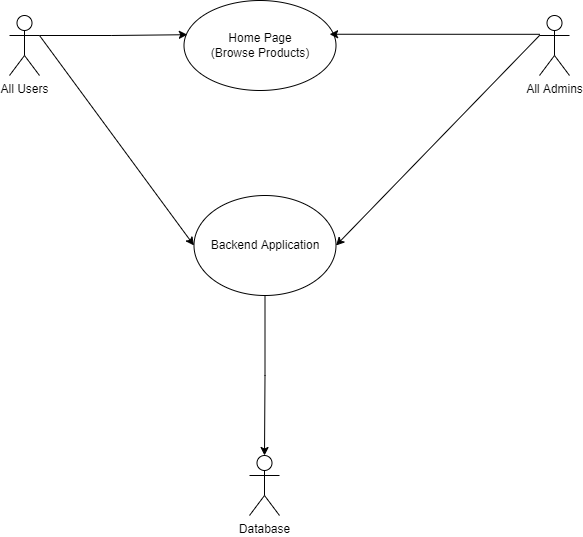
The draw.io diagram Use case diagram/browse.png in mohitleo03/Software-Engineering-Project-Management, before a commit. Source tidied: cells renumbered, new cells last; positions are measured from the earlier drawing's top-left corner, leaving out a move shared by most shapes. The source it was exported from:
```xml
<mxGraphModel>
  <root>
    <mxCell id="0" />
    <mxCell id="1" parent="0" />
    <mxCell id="2" value="Home Page&lt;br&gt;(Browse Products)" style="ellipse;whiteSpace=wrap;html=1;" parent="1" vertex="1">
      <mxGeometry x="174.5" width="152" height="90" as="geometry" />
    </mxCell>
    <mxCell id="3" style="edgeStyle=orthogonalEdgeStyle;rounded=0;jettySize=auto;html=1;exitX=0.5;exitY=1;exitDx=0;exitDy=0;entryX=0.5;entryY=0;entryDx=0;entryDy=0;entryPerimeter=0;" parent="1" edge="1" source="4" target="11">
      <mxGeometry relative="1" as="geometry" />
    </mxCell>
    <mxCell id="4" value="Backend Application" style="ellipse;whiteSpace=wrap;html=1;" parent="1" vertex="1">
      <mxGeometry x="184.5" y="195" width="142" height="100" as="geometry" />
    </mxCell>
    <mxCell id="5" style="edgeStyle=orthogonalEdgeStyle;rounded=0;jettySize=auto;html=1;exitX=1;exitY=0.3333333333333333;exitDx=0;exitDy=0;exitPerimeter=0;entryX=0.022;entryY=0.38;entryDx=0;entryDy=0;entryPerimeter=0;" parent="1" edge="1" source="6" target="2">
      <mxGeometry relative="1" as="geometry" />
    </mxCell>
    <mxCell id="6" value="All Users" style="shape=umlActor;verticalLabelPosition=bottom;verticalAlign=top;html=1;outlineConnect=0;" parent="1" vertex="1">
      <mxGeometry y="15" width="30" height="60" as="geometry" />
    </mxCell>
    <mxCell id="7" style="endArrow=classic;html=1;rounded=0;exitX=1;exitY=0.3333333333333333;exitDx=0;exitDy=0;exitPerimeter=0;entryX=0;entryY=0.5;entryDx=0;entryDy=0;" parent="1" edge="1" source="6" target="4">
      <mxGeometry relative="1" as="geometry" />
    </mxCell>
    <mxCell id="8" style="edgeStyle=orthogonalEdgeStyle;rounded=0;jettySize=auto;html=1;exitX=0;exitY=0.3333333333333333;exitDx=0;exitDy=0;exitPerimeter=0;entryX=0.958;entryY=0.375;entryDx=0;entryDy=0;entryPerimeter=0;" parent="1" edge="1" source="9" target="2">
      <mxGeometry relative="1" as="geometry">
        <Array as="points">
          <mxPoint x="530" y="34" />
        </Array>
      </mxGeometry>
    </mxCell>
    <mxCell id="9" value="All Admins" style="shape=umlActor;verticalLabelPosition=bottom;verticalAlign=top;html=1;outlineConnect=0;" parent="1" vertex="1">
      <mxGeometry x="530" y="15" width="30" height="60" as="geometry" />
    </mxCell>
    <mxCell id="10" style="endArrow=classic;html=1;rounded=0;exitX=0;exitY=0.3333333333333333;exitDx=0;exitDy=0;exitPerimeter=0;entryX=1;entryY=0.5;entryDx=0;entryDy=0;" parent="1" edge="1" source="9" target="4">
      <mxGeometry relative="1" as="geometry" />
    </mxCell>
    <mxCell id="11" value="Database" style="shape=umlActor;verticalLabelPosition=bottom;verticalAlign=top;html=1;outlineConnect=0;" parent="1" vertex="1">
      <mxGeometry x="240" y="455" width="30" height="60" as="geometry" />
    </mxCell>
  </root>
</mxGraphModel>
```
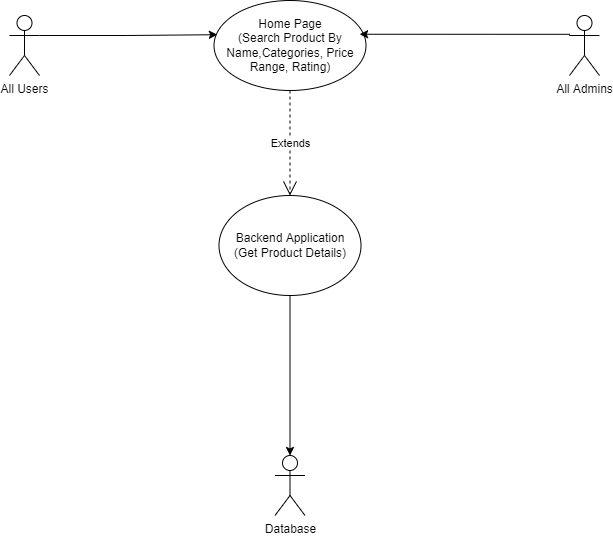
Later version of the same file.

Change to the diagram source:
```diff
@@ -2,24 +2,21 @@
   <root>
     <mxCell id="0" />
     <mxCell id="1" parent="0" />
-    <mxCell id="2" value="Home Page&lt;br&gt;(Browse Products)" style="ellipse;whiteSpace=wrap;html=1;" parent="1" vertex="1">
+    <mxCell id="2" value="Home Page&lt;br&gt;(Search Product By Name,Categories, Price Range, Rating)" style="ellipse;whiteSpace=wrap;html=1;" parent="1" vertex="1">
       <mxGeometry x="174.5" width="152" height="90" as="geometry" />
     </mxCell>
     <mxCell id="3" style="edgeStyle=orthogonalEdgeStyle;rounded=0;jettySize=auto;html=1;exitX=0.5;exitY=1;exitDx=0;exitDy=0;entryX=0.5;entryY=0;entryDx=0;entryDy=0;entryPerimeter=0;" parent="1" edge="1" source="4" target="11">
       <mxGeometry relative="1" as="geometry" />
     </mxCell>
-    <mxCell id="4" value="Backend Application" style="ellipse;whiteSpace=wrap;html=1;" parent="1" vertex="1">
-      <mxGeometry x="184.5" y="195" width="142" height="100" as="geometry" />
+    <mxCell id="4" value="Backend Application&lt;br&gt;(Get Product Details)" style="ellipse;whiteSpace=wrap;html=1;" parent="1" vertex="1">
+      <mxGeometry x="179.5" y="195" width="142" height="100" as="geometry" />
     </mxCell>
     <mxCell id="5" style="edgeStyle=orthogonalEdgeStyle;rounded=0;jettySize=auto;html=1;exitX=1;exitY=0.3333333333333333;exitDx=0;exitDy=0;exitPerimeter=0;entryX=0.022;entryY=0.38;entryDx=0;entryDy=0;entryPerimeter=0;" parent="1" edge="1" source="6" target="2">
       <mxGeometry relative="1" as="geometry" />
     </mxCell>
     <mxCell id="6" value="All Users" style="shape=umlActor;verticalLabelPosition=bottom;verticalAlign=top;html=1;outlineConnect=0;" parent="1" vertex="1">
-      <mxGeometry y="15" width="30" height="60" as="geometry" />
+      <mxGeometry x="-30" y="15" width="30" height="60" as="geometry" />
     </mxCell>
-    <mxCell id="7" style="endArrow=classic;html=1;rounded=0;exitX=1;exitY=0.3333333333333333;exitDx=0;exitDy=0;exitPerimeter=0;entryX=0;entryY=0.5;entryDx=0;entryDy=0;" parent="1" edge="1" source="6" target="4">
-      <mxGeometry relative="1" as="geometry" />
-    </mxCell>
     <mxCell id="8" style="edgeStyle=orthogonalEdgeStyle;rounded=0;jettySize=auto;html=1;exitX=0;exitY=0.3333333333333333;exitDx=0;exitDy=0;exitPerimeter=0;entryX=0.958;entryY=0.375;entryDx=0;entryDy=0;entryPerimeter=0;" parent="1" edge="1" source="9" target="2">
       <mxGeometry relative="1" as="geometry">
         <Array as="points">
@@ -30,11 +27,11 @@
     <mxCell id="9" value="All Admins" style="shape=umlActor;verticalLabelPosition=bottom;verticalAlign=top;html=1;outlineConnect=0;" parent="1" vertex="1">
       <mxGeometry x="530" y="15" width="30" height="60" as="geometry" />
     </mxCell>
-    <mxCell id="10" style="endArrow=classic;html=1;rounded=0;exitX=0;exitY=0.3333333333333333;exitDx=0;exitDy=0;exitPerimeter=0;entryX=1;entryY=0.5;entryDx=0;entryDy=0;" parent="1" edge="1" source="9" target="4">
-      <mxGeometry relative="1" as="geometry" />
-    </mxCell>
     <mxCell id="11" value="Database" style="shape=umlActor;verticalLabelPosition=bottom;verticalAlign=top;html=1;outlineConnect=0;" parent="1" vertex="1">
-      <mxGeometry x="240" y="455" width="30" height="60" as="geometry" />
+      <mxGeometry x="235.5" y="455" width="30" height="60" as="geometry" />
     </mxCell>
+    <mxCell id="12" value="Extends" style="endArrow=open;endSize=12;dashed=1;html=1;rounded=0;exitX=0.5;exitY=1;exitDx=0;exitDy=0;entryX=0.5;entryY=0;entryDx=0;entryDy=0;" parent="1" edge="1" source="2" target="4">
+      <mxGeometry relative="1" as="geometry" />
+    </mxCell>
   </root>
 </mxGraphModel>
```
